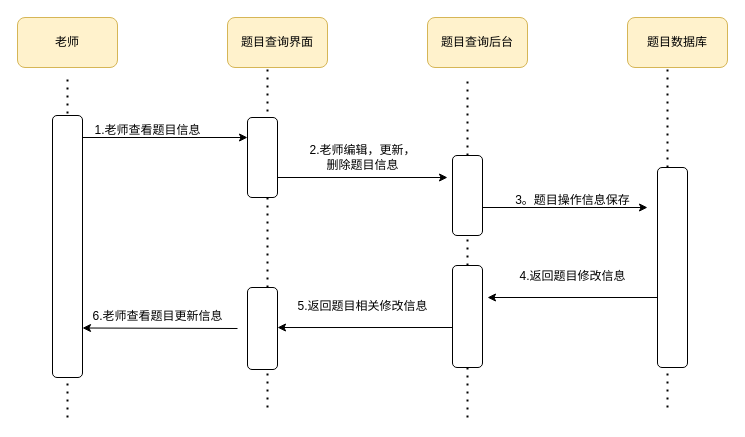
Earlier version of the draw.io diagram 未命名绘图.drawio (yangyutf/gr_flues). Source tidied: cells renumbered, new cells numbered last; positions are measured from the earlier drawing's top-left corner, leaving out a move shared by most shapes. Both pictures are drawn from the tidied source at 100%, with x=0, y=0 at pixel (17, 17).
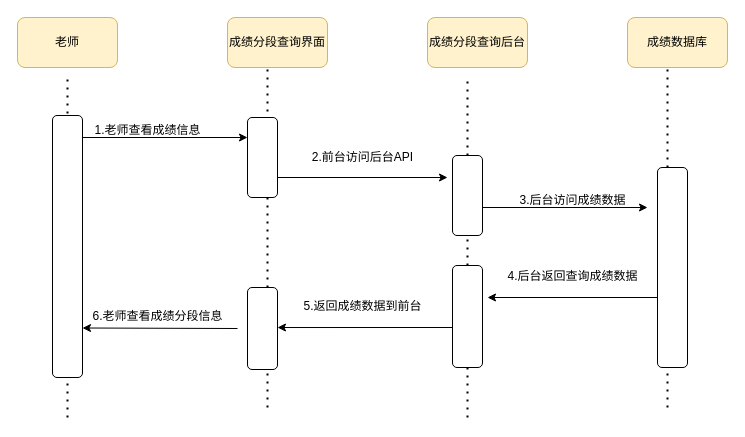
The same diagram, later.

Commit message:
更新未命名绘图.drawio

What changed in the source:
```diff
@@
-    <mxCell id="3" value="题目查询界面" style="rounded=1;whiteSpace=wrap;html=1;fillColor=#fff2cc;strokeColor=#d6b656;" parent="1" vertex="1">
+    <mxCell id="3" value="成绩分段查询界面" style="rounded=1;whiteSpace=wrap;html=1;fillColor=#fff2cc;strokeColor=#d6b656;" parent="1" vertex="1">
       <mxGeometry x="210" width="100" height="50" as="geometry" />
     </mxCell>
-    <mxCell id="4" value="题目查询后台" style="rounded=1;whiteSpace=wrap;html=1;fillColor=#fff2cc;strokeColor=#d6b656;" parent="1" vertex="1">
+    <mxCell id="4" value="成绩分段查询后台" style="rounded=1;whiteSpace=wrap;html=1;fillColor=#fff2cc;strokeColor=#d6b656;" parent="1" vertex="1">
       <mxGeometry x="410" width="100" height="50" as="geometry" />
     </mxCell>
-    <mxCell id="5" value="题目数据库" style="rounded=1;whiteSpace=wrap;html=1;fillColor=#fff2cc;strokeColor=#d6b656;" parent="1" vertex="1">
+    <mxCell id="5" value="成绩数据库" style="rounded=1;whiteSpace=wrap;html=1;fillColor=#fff2cc;strokeColor=#d6b656;" parent="1" vertex="1">
       <mxGeometry x="610" width="100" height="50" as="geometry" />
     </mxCell>
@@
-    <mxCell id="11" value="1.老师查看题目信息" style="text;html=1;align=center;verticalAlign=middle;strokeColor=none;fillColor=none;" parent="1" vertex="1">
+    <mxCell id="11" value="1.老师查看成绩信息" style="text;html=1;align=center;verticalAlign=middle;strokeColor=none;fillColor=none;" parent="1" vertex="1">
       <mxGeometry x="65" y="98" width="130" height="30" as="geometry" />
     </mxCell>
@@
-    <mxCell id="13" value="2.老师编辑，更新，&lt;div&gt;删除题目信息&lt;/div&gt;" style="text;html=1;align=center;verticalAlign=middle;strokeColor=none;fillColor=none;" parent="1" vertex="1">
-      <mxGeometry x="280" y="120" width="130" height="40" as="geometry" />
+    <mxCell id="13" value="2.前台访问后台API" style="text;html=1;align=center;verticalAlign=middle;strokeColor=none;fillColor=none;" parent="1" vertex="1">
+      <mxGeometry x="285" y="125" width="120" height="30" as="geometry" />
     </mxCell>
@@
-    <mxCell id="15" value="3。题目操作信息保存" style="text;html=1;align=center;verticalAlign=middle;strokeColor=none;fillColor=none;" parent="1" vertex="1">
-      <mxGeometry x="485" y="168" width="140" height="30" as="geometry" />
+    <mxCell id="15" value="3.后台访问成绩数据" style="text;html=1;align=center;verticalAlign=middle;strokeColor=none;fillColor=none;" parent="1" vertex="1">
+      <mxGeometry x="490" y="168" width="130" height="30" as="geometry" />
     </mxCell>
@@
-    <mxCell id="17" value="4.返回题目修改信息" style="text;html=1;align=center;verticalAlign=middle;strokeColor=none;fillColor=none;" parent="1" vertex="1">
-      <mxGeometry x="490" y="244" width="130" height="30" as="geometry" />
+    <mxCell id="17" value="4.后台返回查询成绩数据" style="text;html=1;align=center;verticalAlign=middle;strokeColor=none;fillColor=none;" parent="1" vertex="1">
+      <mxGeometry x="480" y="244" width="150" height="30" as="geometry" />
     </mxCell>
@@
-    <mxCell id="19" value="5.返回题目相关修改信息" style="text;html=1;align=center;verticalAlign=middle;strokeColor=none;fillColor=none;" parent="1" vertex="1">
-      <mxGeometry x="270" y="274" width="150" height="30" as="geometry" />
+    <mxCell id="19" value="5.返回成绩数据到前台" style="text;html=1;align=center;verticalAlign=middle;strokeColor=none;fillColor=none;" parent="1" vertex="1">
+      <mxGeometry x="275" y="274" width="140" height="30" as="geometry" />
     </mxCell>
@@
-    <mxCell id="29" value="6.老师查看题目更新信息" style="text;html=1;align=center;verticalAlign=middle;strokeColor=none;fillColor=none;" parent="1" vertex="1">
+    <mxCell id="29" value="6.老师查看成绩分段信息" style="text;html=1;align=center;verticalAlign=middle;strokeColor=none;fillColor=none;" parent="1" vertex="1">
       <mxGeometry x="65" y="284" width="150" height="30" as="geometry" />
     </mxCell>
```
